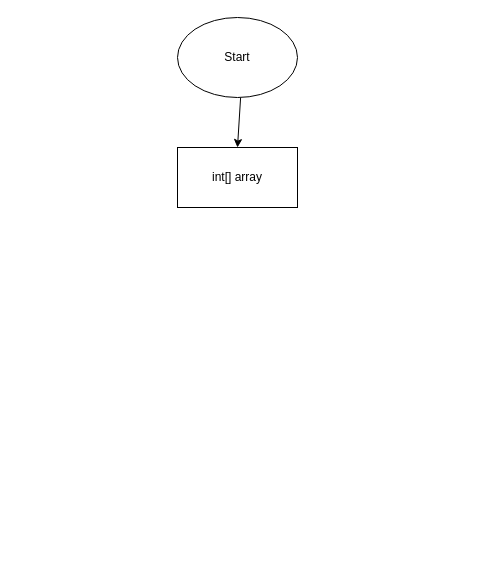
Before: Task/diagram.drawio in mr-mercedes/FirstQuarterTest, a draw.io diagram. Source tidied: cells renumbered, new cells numbered last; positions are measured from the earlier drawing's top-left corner, leaving out a move shared by most shapes. Both pictures are drawn from the tidied source at 100%, with x=0, y=0 at pixel (177, 17).
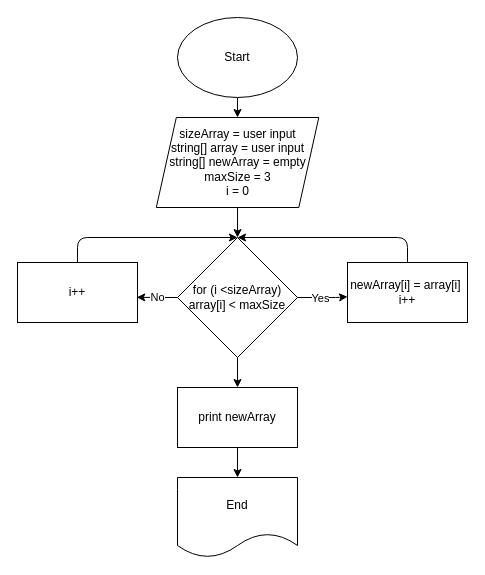
The same diagram, later.

Unchanged cells that the change refers to:
```xml
<mxCell id="3" value="Start" style="ellipse;whiteSpace=wrap;html=1;" parent="1" vertex="1">
  <mxGeometry width="120" height="80" as="geometry" />
</mxCell>
```

The edit, as a diff of the source:
```diff
@@
-    <mxCell id="2" style="edgeStyle=none;html=1;" parent="1" edge="1" source="3" target="4">
-      <mxGeometry relative="1" as="geometry" />
+    <mxCell id="2" style="edgeStyle=none;html=1;" parent="1" edge="1" source="3">
+      <mxGeometry relative="1" as="geometry">
+        <mxPoint x="60" y="100" as="targetPoint" />
+      </mxGeometry>
     </mxCell>
@@
-    <mxCell id="4" value="int[] array" style="whiteSpace=wrap;html=1;" parent="1" vertex="1">
-      <mxGeometry y="130" width="120" height="60" as="geometry" />
-    </mxCell>
+    <mxCell id="5" style="edgeStyle=none;html=1;exitX=0.5;exitY=1;exitDx=0;exitDy=0;" parent="1" edge="1" source="15" target="10">
+      <mxGeometry relative="1" as="geometry" />
+    </mxCell>
+    <mxCell id="6" style="edgeStyle=none;html=1;" parent="1" edge="1" source="10" target="12">
+      <mxGeometry relative="1" as="geometry">
+        <Array as="points">
+          <mxPoint x="120" y="280" />
+          <mxPoint x="160" y="280" />
+        </Array>
+      </mxGeometry>
+    </mxCell>
+    <mxCell id="7" value="Yes" style="edgeLabel;html=1;align=center;verticalAlign=middle;" parent="6" vertex="1">
+      <mxGeometry x="0.58" y="1" relative="1" as="geometry">
+        <mxPoint x="-17" y="1" as="offset" />
+      </mxGeometry>
+    </mxCell>
+    <mxCell id="8" value="No" style="edgeStyle=none;html=1;exitX=0;exitY=0.5;exitDx=0;exitDy=0;entryX=0.994;entryY=0.581;entryDx=0;entryDy=0;entryPerimeter=0;" parent="1" edge="1" source="10" target="14">
+      <mxGeometry relative="1" as="geometry" />
+    </mxCell>
+    <mxCell id="9" style="edgeStyle=none;html=1;" parent="1" edge="1" source="10" target="17">
+      <mxGeometry relative="1" as="geometry" />
+    </mxCell>
+    <mxCell id="10" value="for (i &amp;lt;sizeArray)&lt;br&gt;array[i] &amp;lt; maxSize" style="rhombus;whiteSpace=wrap;html=1;" parent="1" vertex="1">
+      <mxGeometry y="220" width="120" height="120" as="geometry" />
+    </mxCell>
+    <mxCell id="11" style="edgeStyle=none;html=1;exitX=0.5;exitY=0;exitDx=0;exitDy=0;" parent="1" edge="1" source="12">
+      <mxGeometry relative="1" as="geometry">
+        <mxPoint x="60" y="220" as="targetPoint" />
+        <Array as="points">
+          <mxPoint x="230" y="220" />
+        </Array>
+      </mxGeometry>
+    </mxCell>
+    <mxCell id="12" value="newArray[i] = array[i]&amp;nbsp;&lt;br&gt;i++" style="whiteSpace=wrap;html=1;" parent="1" vertex="1">
+      <mxGeometry x="170" y="245" width="120" height="60" as="geometry" />
+    </mxCell>
+    <mxCell id="13" style="edgeStyle=none;html=1;exitX=0.5;exitY=0;exitDx=0;exitDy=0;" parent="1" edge="1" source="14">
+      <mxGeometry relative="1" as="geometry">
+        <mxPoint x="60" y="220" as="targetPoint" />
+        <Array as="points">
+          <mxPoint x="-100" y="220" />
+        </Array>
+      </mxGeometry>
+    </mxCell>
+    <mxCell id="14" value="i++" style="whiteSpace=wrap;html=1;" parent="1" vertex="1">
+      <mxGeometry x="-160" y="245" width="120" height="60" as="geometry" />
+    </mxCell>
+    <mxCell id="15" value="&lt;span&gt;sizeArray = user input&lt;/span&gt;&lt;br&gt;&lt;span&gt;string[] array = user input&lt;/span&gt;&lt;br&gt;&lt;span&gt;string[] newArray = empty&lt;/span&gt;&lt;br&gt;&lt;span&gt;maxSize = 3&lt;/span&gt;&lt;br&gt;&lt;span&gt;i = 0&lt;/span&gt;" style="shape=parallelogram;perimeter=parallelogramPerimeter;whiteSpace=wrap;html=1;fixedSize=1;" parent="1" vertex="1">
+      <mxGeometry x="-21.2" y="100" width="162.5" height="90" as="geometry" />
+    </mxCell>
+    <mxCell id="16" style="edgeStyle=none;html=1;" parent="1" edge="1" source="17" target="18">
+      <mxGeometry relative="1" as="geometry" />
+    </mxCell>
+    <mxCell id="17" value="print newArray" style="whiteSpace=wrap;html=1;" parent="1" vertex="1">
+      <mxGeometry y="370" width="120" height="60" as="geometry" />
+    </mxCell>
+    <mxCell id="18" value="End" style="shape=document;whiteSpace=wrap;html=1;boundedLbl=1;" parent="1" vertex="1">
+      <mxGeometry y="460" width="120" height="80" as="geometry" />
+    </mxCell>
```
